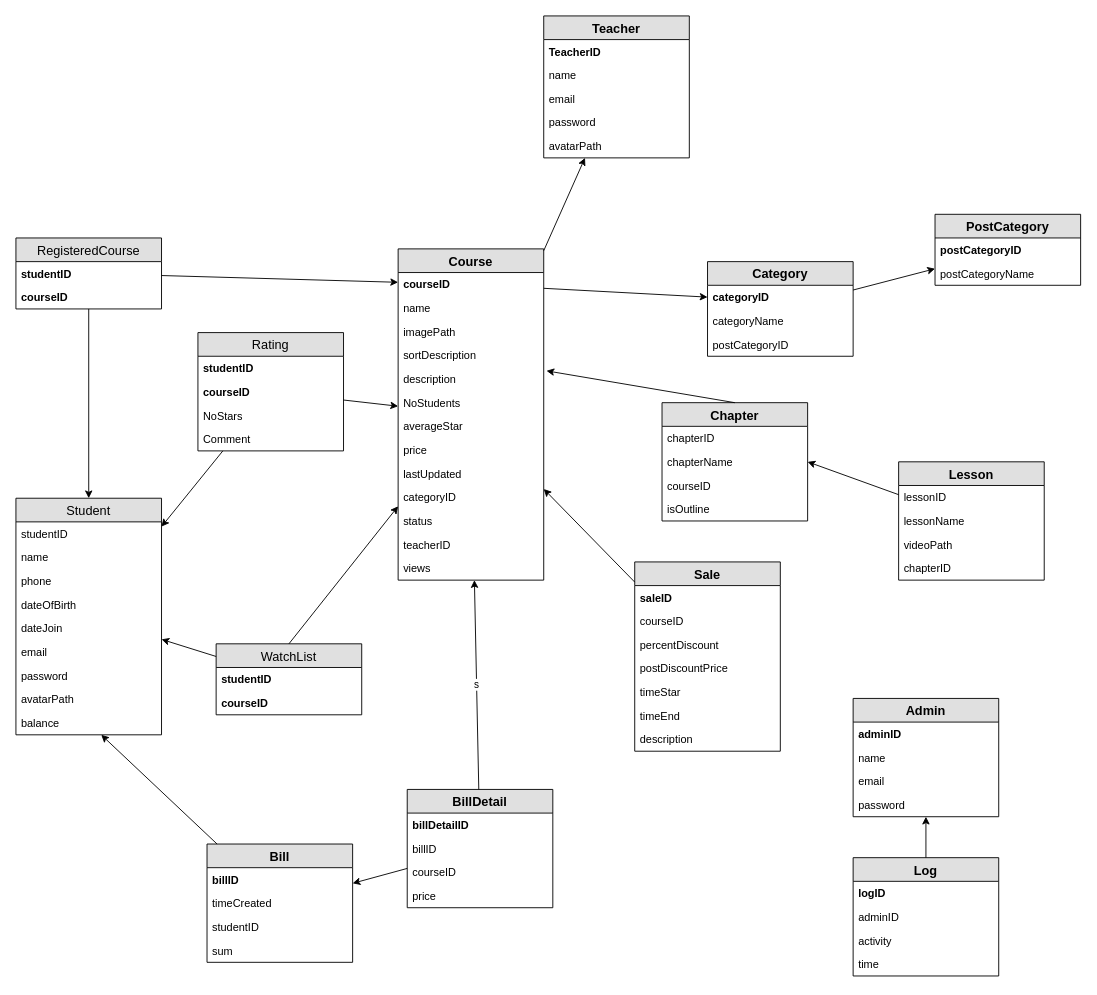
doan199x/DACK-WEB keeps this draw.io diagram as DB.drawio. Above is the earlier version. Source tidied: cells renumbered, new cells numbered last; positions are measured from the earlier drawing's top-left corner, leaving out a move shared by most shapes. Both pictures are drawn from the tidied source at 91%, with x=0, y=0 at pixel (15, 15).
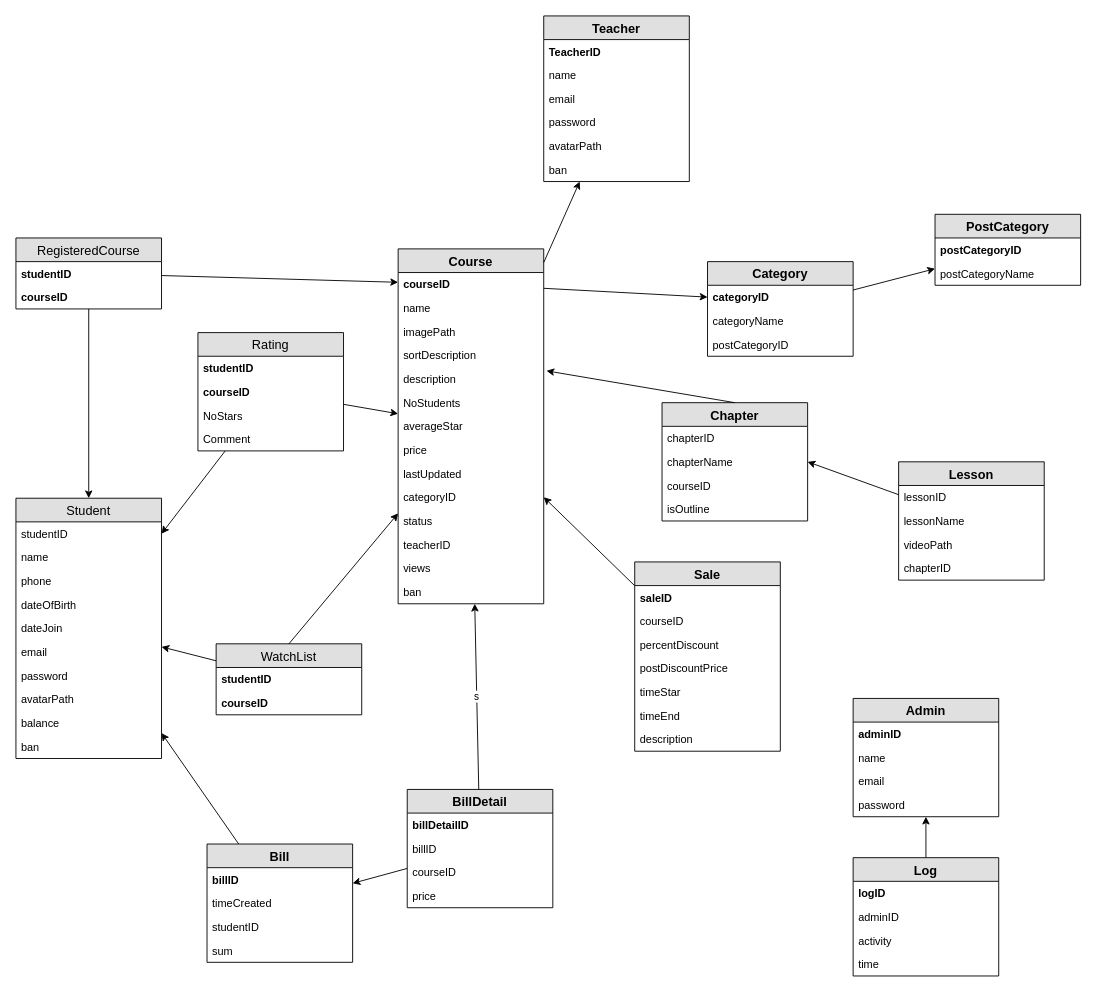
After the change.

Unchanged cells that the change refers to:
```xml
<mxCell id="42" value="balance" style="text;strokeColor=none;fillColor=none;spacingLeft=4;spacingRight=4;overflow=hidden;points=[[0,0.5],[1,0.5]];portConstraint=eastwest;fontSize=12;" parent="33" vertex="1">
  <mxGeometry y="234" width="160" height="26" as="geometry" />
</mxCell>
<mxCell id="61" value="Bill" style="swimlane;fontStyle=1;horizontal=1;startSize=26;fillColor=#e0e0e0;swimlaneFillColor=#ffffff;align=center;fontSize=14;" parent="1" vertex="1">
  <mxGeometry x="210" y="910" width="160" height="130" as="geometry" />
</mxCell>
```

Diff of the diagram source:
```diff
@@
     <mxCell id="2" value="Course" style="swimlane;fontStyle=1;horizontal=1;startSize=26;fillColor=#e0e0e0;swimlaneFillColor=#ffffff;align=center;fontSize=14;" parent="1" vertex="1">
-      <mxGeometry x="420" y="256" width="160" height="364" as="geometry" />
+      <mxGeometry x="420" y="256" width="160" height="390" as="geometry" />
     </mxCell>
@@
+    <mxCell id="104" value="ban" style="text;strokeColor=none;fillColor=none;spacingLeft=4;spacingRight=4;overflow=hidden;fontSize=12;" parent="2" vertex="1">
+      <mxGeometry y="364" width="160" height="26" as="geometry" />
+    </mxCell>
@@
     <mxCell id="33" value="Student" style="swimlane;fontStyle=0;horizontal=1;startSize=26;fillColor=#e0e0e0;swimlaneFillColor=#ffffff;align=center;fontSize=14;" parent="1" vertex="1">
-      <mxGeometry y="530" width="160" height="260" as="geometry" />
+      <mxGeometry y="530" width="160" height="286" as="geometry" />
     </mxCell>
@@
+    <mxCell id="105" value="ban" style="text;strokeColor=none;fillColor=none;spacingLeft=4;spacingRight=4;overflow=hidden;fontSize=12;" parent="33" vertex="1">
+      <mxGeometry y="260" width="160" height="26" as="geometry" />
+    </mxCell>
@@
-    <mxCell id="71" style="endArrow=classic;html=1;" parent="1" edge="1" source="61" target="42">
+    <mxCell id="71" style="endArrow=classic;html=1;" parent="1" edge="1" source="61" target="33">
       <mxGeometry relative="1" as="geometry" />
     </mxCell>
@@
     <mxCell id="79" value="Teacher" style="swimlane;fontStyle=1;horizontal=1;startSize=26;fillColor=#e0e0e0;swimlaneFillColor=#ffffff;align=center;fontSize=14;" parent="1" vertex="1">
-      <mxGeometry x="580" width="160" height="156" as="geometry" />
+      <mxGeometry x="580" width="160" height="182" as="geometry" />
     </mxCell>
@@
+    <mxCell id="106" value="ban" style="text;strokeColor=none;fillColor=none;spacingLeft=4;spacingRight=4;overflow=hidden;fontSize=12;" parent="79" vertex="1">
+      <mxGeometry y="156" width="160" height="26" as="geometry" />
+    </mxCell>
```
